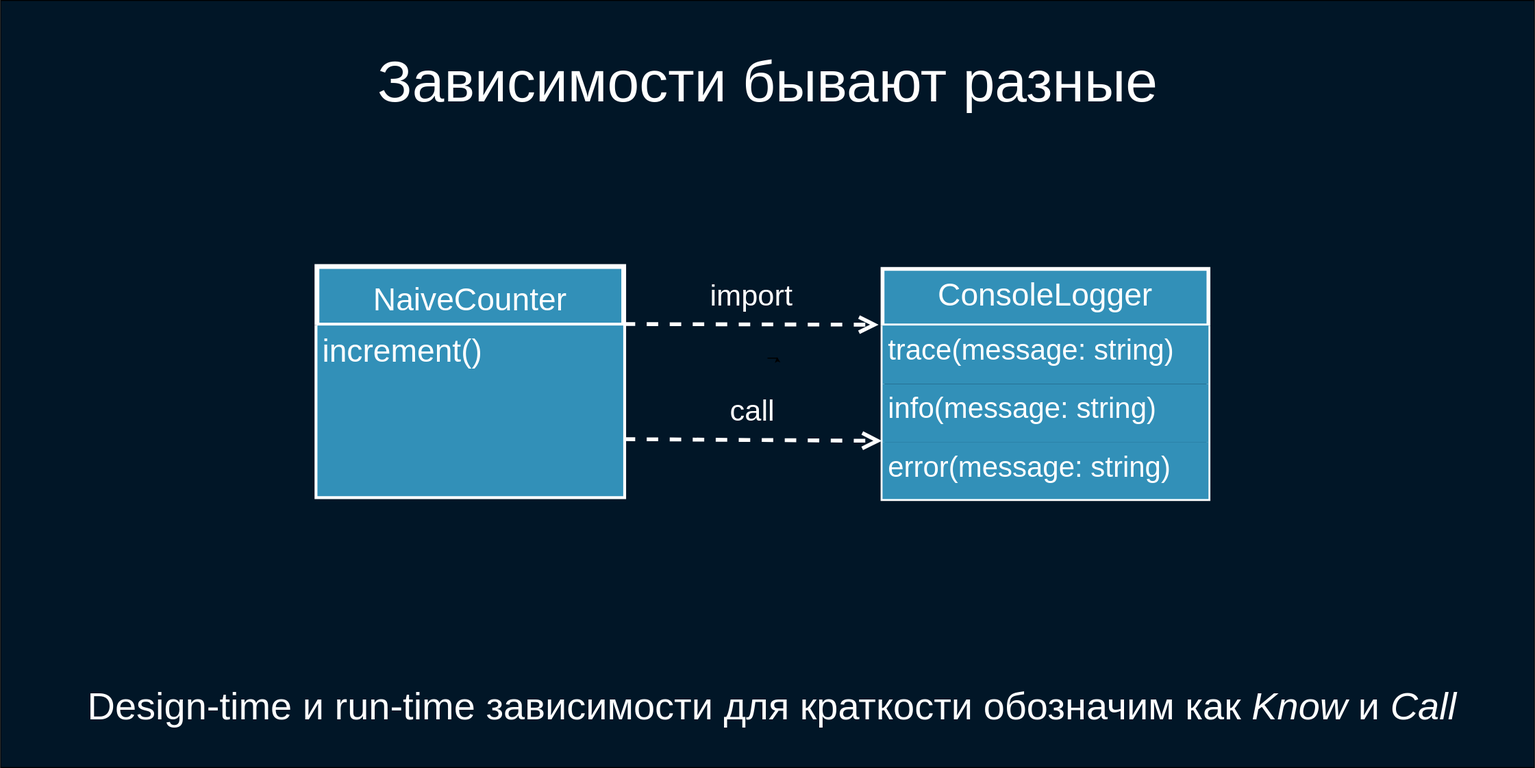
Before: deck/ru/diagrams/naive3.svg, a diagram exported from draw.io (softspiders/dip-in-ca-deck). Source tidied: cells renumbered, new cells last; positions are measured from the earlier drawing's top-left corner, leaving out a move shared by most shapes.
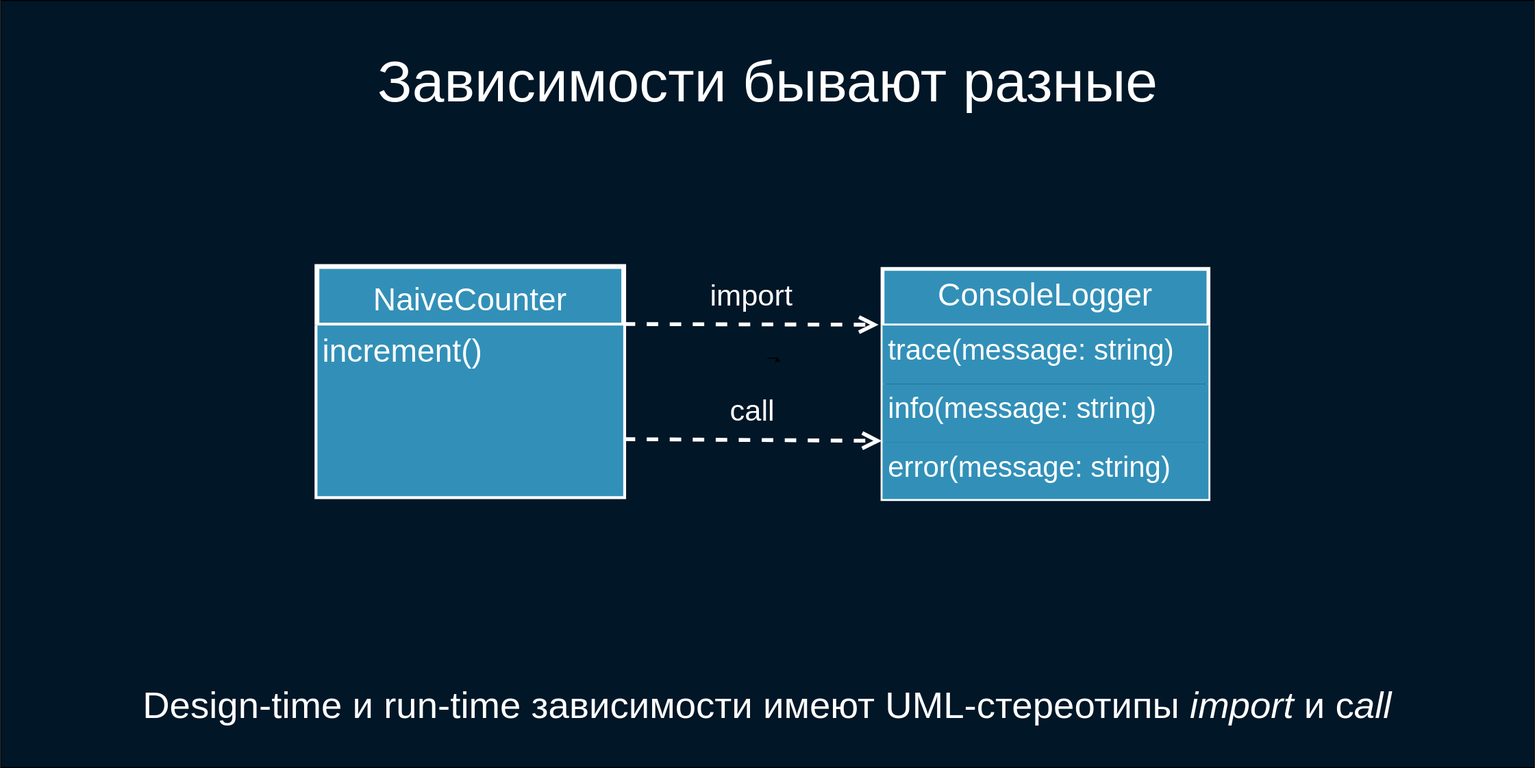
Later version of the same file.

What changed in the source:
```diff
@@ -26,8 +26,8 @@
     <mxCell id="8" value="call" style="endArrow=open;endSize=12;dashed=1;html=1;fontSize=31;fontColor=#FFFFFF;strokeColor=#FFFFFF;entryX=-0.002;entryY=0.972;entryDx=0;entryDy=0;strokeWidth=4;labelBackgroundColor=none;rounded=0;exitX=1;exitY=0.75;exitDx=0;exitDy=0;entryPerimeter=0;" parent="1" edge="1" source="4" target="12">
       <mxGeometry y="30" relative="1" as="geometry" />
     </mxCell>
-    <mxCell id="9" value="Design-time и run-time зависимости для краткости обозначим как &lt;i&gt;Know&lt;/i&gt; и &lt;i&gt;Call&lt;/i&gt;" style="text;html=1;strokeColor=none;fillColor=none;align=center;verticalAlign=middle;whiteSpace=wrap;rounded=0;fontSize=40;fontColor=#FFFFFF;" parent="1" vertex="1">
-      <mxGeometry x="20" y="700" width="1570" height="70" as="geometry" />
+    <mxCell id="9" value="&lt;font style=&quot;font-size: 39px&quot;&gt;Design-time и run-time зависимости имеют UML-стереотипы&amp;nbsp;&lt;i&gt;import&amp;nbsp;&lt;/i&gt;и c&lt;i&gt;all&lt;/i&gt;&lt;/font&gt;" style="text;html=1;strokeColor=none;fillColor=none;align=center;verticalAlign=middle;whiteSpace=wrap;rounded=0;fontSize=40;fontColor=#FFFFFF;" parent="1" vertex="1">
+      <mxGeometry x="15" y="700" width="1570" height="70" as="geometry" />
     </mxCell>
     <mxCell id="10" value="ConsoleLogger" style="swimlane;fontStyle=0;align=center;verticalAlign=top;horizontal=1;startSize=59;strokeColor=#FFFFFF;strokeWidth=4;fillColor=#3290B8;fontSize=33;fontColor=#FFFFFF;labelBackgroundColor=none;" parent="1" vertex="1">
       <mxGeometry x="920" y="280" width="340" height="240" as="geometry" />
```
